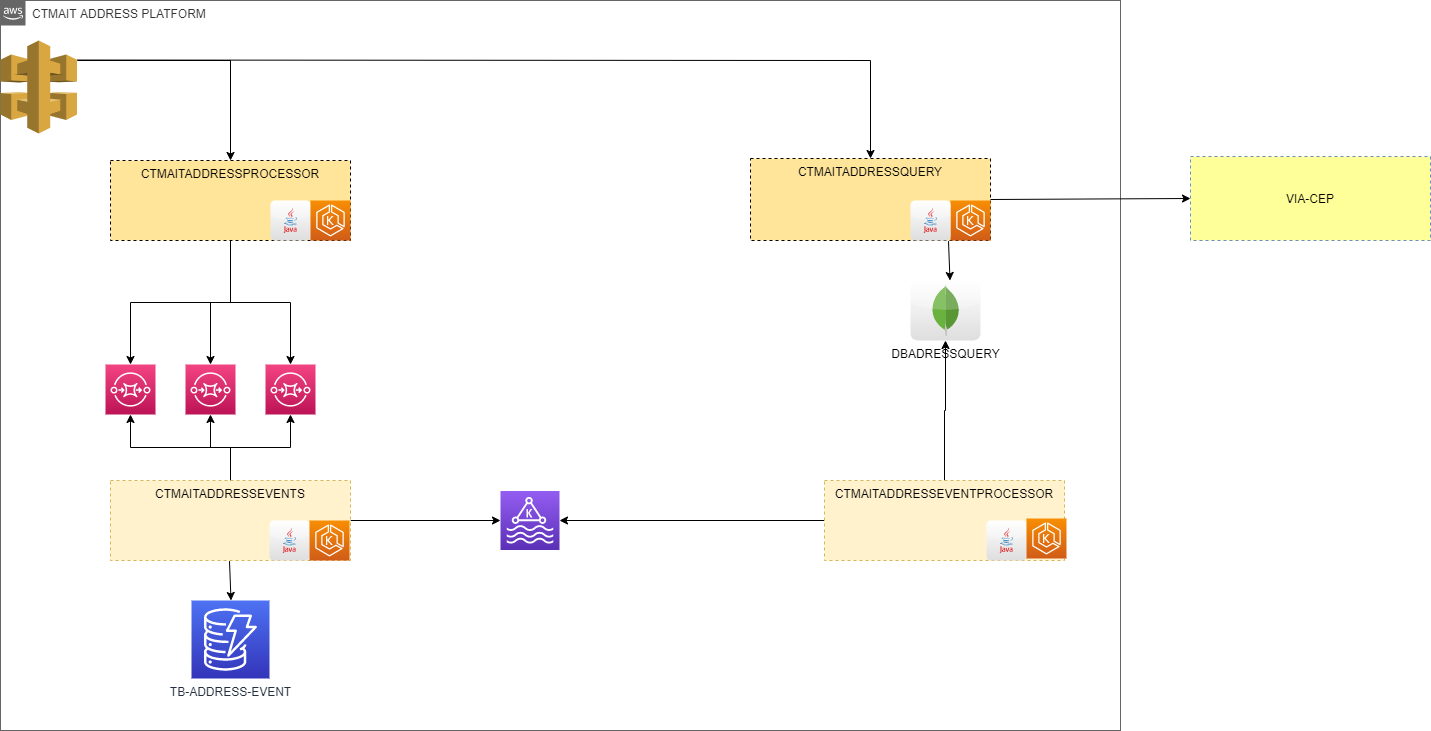
Earlier version of the draw.io export ctmait-platform-address.png (CarlyOliveira/ctmaitaddressprocessor). Source tidied: cells renumbered, new cells last; positions are measured from the earlier drawing's top-left corner, leaving out a move shared by most shapes. Source of this version:
```xml
<mxGraphModel>
  <root>
    <mxCell id="0" />
    <mxCell id="1" parent="0" />
    <mxCell id="2" value="CTMAIT ADDRESS PLATFORM" style="html=1;whiteSpace=wrap;fontSize=12;fontStyle=0;shape=mxgraph.aws4.group;grIcon=mxgraph.aws4.group_aws_cloud_alt;verticalAlign=top;align=left;spacingLeft=30;dashed=0;labelBackgroundColor=#ffffff;strokeColor=#666666;fontColor=#333333;fillColor=none;" parent="1" vertex="1">
      <mxGeometry width="1120" height="730" as="geometry" />
    </mxCell>
    <mxCell id="3" style="edgeStyle=orthogonalEdgeStyle;rounded=0;jettySize=auto;html=1;exitX=0.5;exitY=1;exitDx=0;exitDy=0;" parent="1" edge="1" source="6" target="36">
      <mxGeometry relative="1" as="geometry" />
    </mxCell>
    <mxCell id="4" style="edgeStyle=orthogonalEdgeStyle;rounded=0;jettySize=auto;html=1;exitX=0.5;exitY=1;exitDx=0;exitDy=0;" parent="1" edge="1" source="6" target="37">
      <mxGeometry relative="1" as="geometry" />
    </mxCell>
    <mxCell id="5" style="edgeStyle=orthogonalEdgeStyle;rounded=0;jettySize=auto;html=1;exitX=0.5;exitY=1;exitDx=0;exitDy=0;" parent="1" edge="1" source="6" target="35">
      <mxGeometry relative="1" as="geometry" />
    </mxCell>
    <mxCell id="6" value="CTMAITADDRESSPROCESSOR" style="rounded=0;whiteSpace=wrap;html=1;labelBackgroundColor=none;dashed=1;fillColor=#FFE599;verticalAlign=top;" parent="1" vertex="1">
      <mxGeometry x="110" y="160" width="240" height="80" as="geometry" />
    </mxCell>
    <mxCell id="7" style="outlineConnect=0;dashed=0;verticalLabelPosition=bottom;verticalAlign=top;align=center;html=1;shape=mxgraph.aws3.api_gateway;fillColor=#D9A741;gradientColor=none;" parent="1" vertex="1">
      <mxGeometry y="40" width="76.5" height="93" as="geometry" />
    </mxCell>
    <mxCell id="8" style="dashed=0;html=1;align=center;labelPosition=center;verticalLabelPosition=bottom;verticalAlign=top;shape=mxgraph.webicons.java;gradientColor=#DFDEDE;" parent="1" vertex="1">
      <mxGeometry x="270" y="200" width="40" height="40" as="geometry" />
    </mxCell>
    <mxCell id="9" value="CTMAITADDRESSQUERY" style="rounded=0;whiteSpace=wrap;html=1;labelBackgroundColor=none;dashed=1;fillColor=#FFE599;verticalAlign=top;" parent="1" vertex="1">
      <mxGeometry x="750" y="158" width="240" height="82" as="geometry" />
    </mxCell>
    <mxCell id="10" style="edgeStyle=orthogonalEdgeStyle;rounded=0;orthogonalLoop=1;jettySize=auto;html=1;exitX=0.5;exitY=1;exitDx=0;exitDy=0;" parent="1" edge="1" source="6" target="6">
      <mxGeometry relative="1" as="geometry" />
    </mxCell>
    <mxCell id="11" style="endArrow=classic;html=1;exitX=1;exitY=0.21;exitDx=0;exitDy=0;exitPerimeter=0;rounded=0;" parent="1" edge="1" source="7">
      <mxGeometry relative="1" as="geometry">
        <mxPoint x="870" y="158" as="targetPoint" />
        <Array as="points">
          <mxPoint x="870" y="60" />
        </Array>
      </mxGeometry>
    </mxCell>
    <mxCell id="12" style="fontColor=#232F3E;gradientColor=#F78E04;gradientDirection=north;fillColor=#D05C17;strokeColor=#ffffff;dashed=0;verticalLabelPosition=bottom;verticalAlign=top;align=center;html=1;fontSize=12;fontStyle=0;shape=mxgraph.aws4.resourceIcon;resIcon=mxgraph.aws4.eks;" parent="1" vertex="1">
      <mxGeometry x="310" y="200" width="40" height="40" as="geometry" />
    </mxCell>
    <mxCell id="13" style="fontColor=#232F3E;gradientColor=#F78E04;gradientDirection=north;fillColor=#D05C17;strokeColor=#ffffff;dashed=0;verticalLabelPosition=bottom;verticalAlign=top;align=center;html=1;fontSize=12;fontStyle=0;shape=mxgraph.aws4.resourceIcon;resIcon=mxgraph.aws4.eks;" parent="1" vertex="1">
      <mxGeometry x="950" y="200" width="40" height="40" as="geometry" />
    </mxCell>
    <mxCell id="14" style="dashed=0;html=1;align=center;labelPosition=center;verticalLabelPosition=bottom;verticalAlign=top;shape=mxgraph.webicons.java;gradientColor=#DFDEDE;" parent="1" vertex="1">
      <mxGeometry x="910" y="200" width="40" height="40" as="geometry" />
    </mxCell>
    <mxCell id="15" style="endArrow=classic;html=1;entryX=0.5;entryY=0;entryDx=0;entryDy=0;rounded=0;" parent="1" edge="1" target="6">
      <mxGeometry relative="1" as="geometry">
        <mxPoint x="77" y="60" as="sourcePoint" />
        <Array as="points">
          <mxPoint x="230" y="60" />
        </Array>
      </mxGeometry>
    </mxCell>
    <mxCell id="16" value="VIA-CEP" style="rounded=0;whiteSpace=wrap;html=1;labelBackgroundColor=none;dashed=1;strokeColor=#6c8ebf;fillColor=#FFFF99;" parent="1" vertex="1">
      <mxGeometry x="1190" y="156" width="240" height="84" as="geometry" />
    </mxCell>
    <mxCell id="17" style="endArrow=classic;html=1;exitX=0.825;exitY=1.008;exitDx=0;exitDy=0;exitPerimeter=0;" parent="1" edge="1" source="9">
      <mxGeometry relative="1" as="geometry">
        <mxPoint x="949.5" y="280" as="targetPoint" />
      </mxGeometry>
    </mxCell>
    <mxCell id="18" style="outlineConnect=0;fontColor=#232F3E;gradientColor=#945DF2;gradientDirection=north;fillColor=#5A30B5;strokeColor=#ffffff;dashed=0;verticalLabelPosition=bottom;verticalAlign=top;align=center;html=1;fontSize=12;fontStyle=0;shape=mxgraph.aws4.resourceIcon;resIcon=mxgraph.aws4.managed_streaming_for_kafka;" parent="1" vertex="1">
      <mxGeometry x="500" y="490.5" width="59" height="59" as="geometry" />
    </mxCell>
    <mxCell id="19" style="edgeStyle=orthogonalEdgeStyle;rounded=0;jettySize=auto;html=1;" parent="1" edge="1" source="23" target="35">
      <mxGeometry relative="1" as="geometry" />
    </mxCell>
    <mxCell id="20" style="edgeStyle=orthogonalEdgeStyle;rounded=0;jettySize=auto;html=1;exitX=0.5;exitY=0;exitDx=0;exitDy=0;" parent="1" edge="1" source="23" target="36">
      <mxGeometry relative="1" as="geometry" />
    </mxCell>
    <mxCell id="21" style="edgeStyle=orthogonalEdgeStyle;rounded=0;jettySize=auto;html=1;exitX=0.5;exitY=0;exitDx=0;exitDy=0;" parent="1" edge="1" source="23" target="37">
      <mxGeometry relative="1" as="geometry" />
    </mxCell>
    <mxCell id="22" style="edgeStyle=orthogonalEdgeStyle;rounded=0;jettySize=auto;html=1;exitX=1;exitY=0.5;exitDx=0;exitDy=0;" parent="1" edge="1" source="23" target="18">
      <mxGeometry relative="1" as="geometry" />
    </mxCell>
    <mxCell id="23" value="CTMAITADDRESSEVENTS" style="rounded=0;whiteSpace=wrap;html=1;labelBackgroundColor=none;dashed=1;fillColor=#fff2cc;verticalAlign=top;strokeColor=#d6b656;" parent="1" vertex="1">
      <mxGeometry x="110" y="480" width="240" height="80" as="geometry" />
    </mxCell>
    <mxCell id="24" value="TB-ADDRESS-EVENT" style="fontColor=#232F3E;gradientColor=#4D72F3;gradientDirection=north;fillColor=#3334B9;strokeColor=#ffffff;dashed=0;verticalLabelPosition=bottom;verticalAlign=top;align=center;html=1;fontSize=12;fontStyle=0;shape=mxgraph.aws4.resourceIcon;resIcon=mxgraph.aws4.dynamodb;labelBackgroundColor=#ffffff;" parent="1" vertex="1">
      <mxGeometry x="191" y="600" width="78" height="78" as="geometry" />
    </mxCell>
    <mxCell id="25" style="endArrow=classic;html=1;exitX=0.825;exitY=1.008;exitDx=0;exitDy=0;exitPerimeter=0;" parent="1" edge="1">
      <mxGeometry relative="1" as="geometry">
        <mxPoint x="229" y="560.7" as="sourcePoint" />
        <mxPoint x="230.5" y="600" as="targetPoint" />
      </mxGeometry>
    </mxCell>
    <mxCell id="26" style="edgeStyle=orthogonalEdgeStyle;rounded=0;jettySize=auto;html=1;" parent="1" edge="1" source="28" target="18">
      <mxGeometry relative="1" as="geometry" />
    </mxCell>
    <mxCell id="27" style="edgeStyle=orthogonalEdgeStyle;rounded=0;jettySize=auto;html=1;" parent="1" edge="1" source="28" target="34">
      <mxGeometry relative="1" as="geometry" />
    </mxCell>
    <mxCell id="28" value="CTMAITADDRESSEVENTPROCESSOR" style="rounded=0;whiteSpace=wrap;html=1;labelBackgroundColor=none;dashed=1;fillColor=#fff2cc;verticalAlign=top;strokeColor=#d6b656;" parent="1" vertex="1">
      <mxGeometry x="824" y="480" width="240" height="80" as="geometry" />
    </mxCell>
    <mxCell id="29" style="dashed=0;html=1;align=center;labelPosition=center;verticalLabelPosition=bottom;verticalAlign=top;shape=mxgraph.webicons.java;gradientColor=#DFDEDE;" parent="1" vertex="1">
      <mxGeometry x="269" y="520" width="40" height="40" as="geometry" />
    </mxCell>
    <mxCell id="30" style="endArrow=classic;html=1;exitX=1;exitY=0.5;exitDx=0;exitDy=0;entryX=0;entryY=0.5;entryDx=0;entryDy=0;" parent="1" edge="1" source="9" target="16">
      <mxGeometry relative="1" as="geometry" />
    </mxCell>
    <mxCell id="31" style="dashed=0;html=1;align=center;labelPosition=center;verticalLabelPosition=bottom;verticalAlign=top;shape=mxgraph.webicons.java;gradientColor=#DFDEDE;" parent="1" vertex="1">
      <mxGeometry x="986" y="520" width="40" height="40" as="geometry" />
    </mxCell>
    <mxCell id="32" style="fontColor=#232F3E;gradientColor=#F78E04;gradientDirection=north;fillColor=#D05C17;strokeColor=#ffffff;dashed=0;verticalLabelPosition=bottom;verticalAlign=top;align=center;html=1;fontSize=12;fontStyle=0;shape=mxgraph.aws4.resourceIcon;resIcon=mxgraph.aws4.eks;" parent="1" vertex="1">
      <mxGeometry x="309" y="520" width="40" height="40" as="geometry" />
    </mxCell>
    <mxCell id="33" style="fontColor=#232F3E;gradientColor=#F78E04;gradientDirection=north;fillColor=#D05C17;strokeColor=#ffffff;dashed=0;verticalLabelPosition=bottom;verticalAlign=top;align=center;html=1;fontSize=12;fontStyle=0;shape=mxgraph.aws4.resourceIcon;resIcon=mxgraph.aws4.eks;" parent="1" vertex="1">
      <mxGeometry x="1026" y="518" width="40" height="40" as="geometry" />
    </mxCell>
    <mxCell id="34" value="DBADRESSQUERY" style="dashed=0;outlineConnect=0;html=1;align=center;labelPosition=center;verticalLabelPosition=bottom;verticalAlign=top;shape=mxgraph.webicons.mongodb;gradientColor=#DFDEDE;" parent="1" vertex="1">
      <mxGeometry x="910" y="280" width="70" height="60" as="geometry" />
    </mxCell>
    <mxCell id="35" style="outlineConnect=0;fontColor=#232F3E;gradientColor=#F34482;gradientDirection=north;fillColor=#BC1356;strokeColor=#ffffff;dashed=0;verticalLabelPosition=bottom;verticalAlign=top;align=center;html=1;fontSize=12;fontStyle=0;shape=mxgraph.aws4.resourceIcon;resIcon=mxgraph.aws4.sqs;" parent="1" vertex="1">
      <mxGeometry x="105" y="364" width="50" height="50" as="geometry" />
    </mxCell>
    <mxCell id="36" style="outlineConnect=0;fontColor=#232F3E;gradientColor=#F34482;gradientDirection=north;fillColor=#BC1356;strokeColor=#ffffff;dashed=0;verticalLabelPosition=bottom;verticalAlign=top;align=center;html=1;fontSize=12;fontStyle=0;shape=mxgraph.aws4.resourceIcon;resIcon=mxgraph.aws4.sqs;" parent="1" vertex="1">
      <mxGeometry x="185" y="364" width="50" height="50" as="geometry" />
    </mxCell>
    <mxCell id="37" style="outlineConnect=0;fontColor=#232F3E;gradientColor=#F34482;gradientDirection=north;fillColor=#BC1356;strokeColor=#ffffff;dashed=0;verticalLabelPosition=bottom;verticalAlign=top;align=center;html=1;fontSize=12;fontStyle=0;shape=mxgraph.aws4.resourceIcon;resIcon=mxgraph.aws4.sqs;" parent="1" vertex="1">
      <mxGeometry x="265" y="364" width="50" height="50" as="geometry" />
    </mxCell>
  </root>
</mxGraphModel>
```
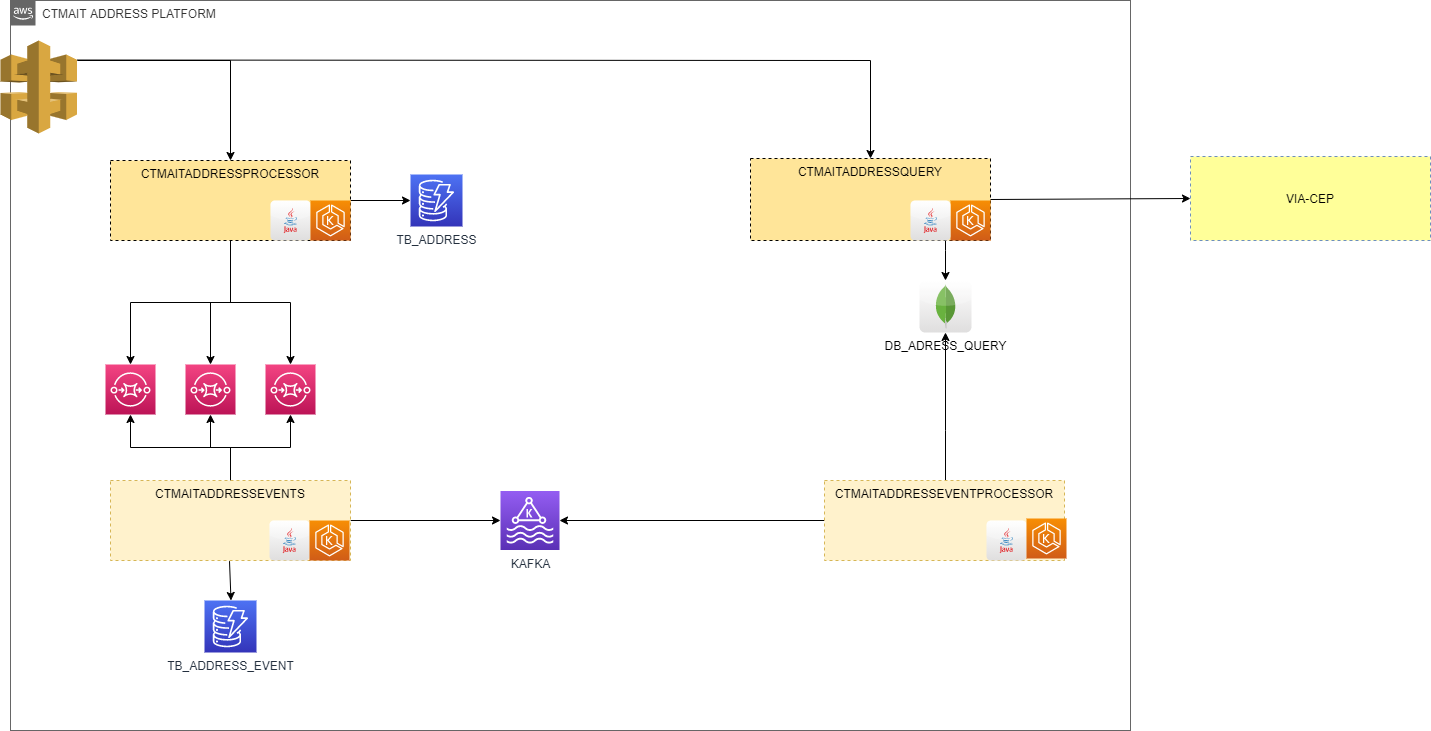
After the commit.

The edit, as a diff of the source:
```diff
@@ -3,7 +3,7 @@
     <mxCell id="0" />
     <mxCell id="1" parent="0" />
     <mxCell id="2" value="CTMAIT ADDRESS PLATFORM" style="html=1;whiteSpace=wrap;fontSize=12;fontStyle=0;shape=mxgraph.aws4.group;grIcon=mxgraph.aws4.group_aws_cloud_alt;verticalAlign=top;align=left;spacingLeft=30;dashed=0;labelBackgroundColor=#ffffff;strokeColor=#666666;fontColor=#333333;fillColor=none;" parent="1" vertex="1">
-      <mxGeometry width="1120" height="730" as="geometry" />
+      <mxGeometry x="10" width="1120" height="730" as="geometry" />
     </mxCell>
     <mxCell id="3" style="edgeStyle=orthogonalEdgeStyle;rounded=0;jettySize=auto;html=1;exitX=0.5;exitY=1;exitDx=0;exitDy=0;" parent="1" edge="1" source="6" target="36">
       <mxGeometry relative="1" as="geometry" />
@@ -14,6 +14,9 @@
     <mxCell id="5" style="edgeStyle=orthogonalEdgeStyle;rounded=0;jettySize=auto;html=1;exitX=0.5;exitY=1;exitDx=0;exitDy=0;" parent="1" edge="1" source="6" target="35">
       <mxGeometry relative="1" as="geometry" />
     </mxCell>
+    <mxCell id="38" style="edgeStyle=orthogonalEdgeStyle;rounded=0;jettySize=auto;html=1;" parent="1" edge="1" source="6" target="40">
+      <mxGeometry relative="1" as="geometry" />
+    </mxCell>
     <mxCell id="6" value="CTMAITADDRESSPROCESSOR" style="rounded=0;whiteSpace=wrap;html=1;labelBackgroundColor=none;dashed=1;fillColor=#FFE599;verticalAlign=top;" parent="1" vertex="1">
       <mxGeometry x="110" y="160" width="240" height="80" as="geometry" />
     </mxCell>
@@ -23,6 +26,14 @@
     <mxCell id="8" style="dashed=0;html=1;align=center;labelPosition=center;verticalLabelPosition=bottom;verticalAlign=top;shape=mxgraph.webicons.java;gradientColor=#DFDEDE;" parent="1" vertex="1">
       <mxGeometry x="270" y="200" width="40" height="40" as="geometry" />
     </mxCell>
+    <mxCell id="39" style="edgeStyle=orthogonalEdgeStyle;rounded=0;jettySize=auto;html=1;" parent="1" edge="1" source="9" target="34">
+      <mxGeometry relative="1" as="geometry">
+        <Array as="points">
+          <mxPoint x="945" y="250" />
+          <mxPoint x="945" y="250" />
+        </Array>
+      </mxGeometry>
+    </mxCell>
     <mxCell id="9" value="CTMAITADDRESSQUERY" style="rounded=0;whiteSpace=wrap;html=1;labelBackgroundColor=none;dashed=1;fillColor=#FFE599;verticalAlign=top;" parent="1" vertex="1">
       <mxGeometry x="750" y="158" width="240" height="82" as="geometry" />
     </mxCell>
@@ -57,12 +68,7 @@
     <mxCell id="16" value="VIA-CEP" style="rounded=0;whiteSpace=wrap;html=1;labelBackgroundColor=none;dashed=1;strokeColor=#6c8ebf;fillColor=#FFFF99;" parent="1" vertex="1">
       <mxGeometry x="1190" y="156" width="240" height="84" as="geometry" />
     </mxCell>
-    <mxCell id="17" style="endArrow=classic;html=1;exitX=0.825;exitY=1.008;exitDx=0;exitDy=0;exitPerimeter=0;" parent="1" edge="1" source="9">
-      <mxGeometry relative="1" as="geometry">
-        <mxPoint x="949.5" y="280" as="targetPoint" />
-      </mxGeometry>
-    </mxCell>
-    <mxCell id="18" style="outlineConnect=0;fontColor=#232F3E;gradientColor=#945DF2;gradientDirection=north;fillColor=#5A30B5;strokeColor=#ffffff;dashed=0;verticalLabelPosition=bottom;verticalAlign=top;align=center;html=1;fontSize=12;fontStyle=0;shape=mxgraph.aws4.resourceIcon;resIcon=mxgraph.aws4.managed_streaming_for_kafka;" parent="1" vertex="1">
+    <mxCell id="18" value="KAFKA" style="outlineConnect=0;fontColor=#232F3E;gradientColor=#945DF2;gradientDirection=north;fillColor=#5A30B5;strokeColor=#ffffff;dashed=0;verticalLabelPosition=bottom;verticalAlign=top;align=center;html=1;fontSize=12;fontStyle=0;shape=mxgraph.aws4.resourceIcon;resIcon=mxgraph.aws4.managed_streaming_for_kafka;" parent="1" vertex="1">
       <mxGeometry x="500" y="490.5" width="59" height="59" as="geometry" />
     </mxCell>
     <mxCell id="19" style="edgeStyle=orthogonalEdgeStyle;rounded=0;jettySize=auto;html=1;" parent="1" edge="1" source="23" target="35">
@@ -80,8 +86,8 @@
     <mxCell id="23" value="CTMAITADDRESSEVENTS" style="rounded=0;whiteSpace=wrap;html=1;labelBackgroundColor=none;dashed=1;fillColor=#fff2cc;verticalAlign=top;strokeColor=#d6b656;" parent="1" vertex="1">
       <mxGeometry x="110" y="480" width="240" height="80" as="geometry" />
     </mxCell>
-    <mxCell id="24" value="TB-ADDRESS-EVENT" style="fontColor=#232F3E;gradientColor=#4D72F3;gradientDirection=north;fillColor=#3334B9;strokeColor=#ffffff;dashed=0;verticalLabelPosition=bottom;verticalAlign=top;align=center;html=1;fontSize=12;fontStyle=0;shape=mxgraph.aws4.resourceIcon;resIcon=mxgraph.aws4.dynamodb;labelBackgroundColor=#ffffff;" parent="1" vertex="1">
-      <mxGeometry x="191" y="600" width="78" height="78" as="geometry" />
+    <mxCell id="24" value="TB_ADDRESS_EVENT" style="fontColor=#232F3E;gradientColor=#4D72F3;gradientDirection=north;fillColor=#3334B9;strokeColor=#ffffff;dashed=0;verticalLabelPosition=bottom;verticalAlign=top;align=center;html=1;fontSize=12;fontStyle=0;shape=mxgraph.aws4.resourceIcon;resIcon=mxgraph.aws4.dynamodb;labelBackgroundColor=#ffffff;" parent="1" vertex="1">
+      <mxGeometry x="204" y="600" width="52" height="52" as="geometry" />
     </mxCell>
     <mxCell id="25" style="endArrow=classic;html=1;exitX=0.825;exitY=1.008;exitDx=0;exitDy=0;exitPerimeter=0;" parent="1" edge="1">
       <mxGeometry relative="1" as="geometry">
@@ -93,7 +99,12 @@
       <mxGeometry relative="1" as="geometry" />
     </mxCell>
     <mxCell id="27" style="edgeStyle=orthogonalEdgeStyle;rounded=0;jettySize=auto;html=1;" parent="1" edge="1" source="28" target="34">
-      <mxGeometry relative="1" as="geometry" />
+      <mxGeometry relative="1" as="geometry">
+        <Array as="points">
+          <mxPoint x="945" y="430" />
+          <mxPoint x="945" y="430" />
+        </Array>
+      </mxGeometry>
     </mxCell>
     <mxCell id="28" value="CTMAITADDRESSEVENTPROCESSOR" style="rounded=0;whiteSpace=wrap;html=1;labelBackgroundColor=none;dashed=1;fillColor=#fff2cc;verticalAlign=top;strokeColor=#d6b656;" parent="1" vertex="1">
       <mxGeometry x="824" y="480" width="240" height="80" as="geometry" />
@@ -113,8 +124,8 @@
     <mxCell id="33" style="fontColor=#232F3E;gradientColor=#F78E04;gradientDirection=north;fillColor=#D05C17;strokeColor=#ffffff;dashed=0;verticalLabelPosition=bottom;verticalAlign=top;align=center;html=1;fontSize=12;fontStyle=0;shape=mxgraph.aws4.resourceIcon;resIcon=mxgraph.aws4.eks;" parent="1" vertex="1">
       <mxGeometry x="1026" y="518" width="40" height="40" as="geometry" />
     </mxCell>
-    <mxCell id="34" value="DBADRESSQUERY" style="dashed=0;outlineConnect=0;html=1;align=center;labelPosition=center;verticalLabelPosition=bottom;verticalAlign=top;shape=mxgraph.webicons.mongodb;gradientColor=#DFDEDE;" parent="1" vertex="1">
-      <mxGeometry x="910" y="280" width="70" height="60" as="geometry" />
+    <mxCell id="34" value="DB_ADRESS_QUERY" style="dashed=0;outlineConnect=0;html=1;align=center;labelPosition=center;verticalLabelPosition=bottom;verticalAlign=top;shape=mxgraph.webicons.mongodb;gradientColor=#DFDEDE;" parent="1" vertex="1">
+      <mxGeometry x="919" y="280" width="52" height="52" as="geometry" />
     </mxCell>
     <mxCell id="35" style="outlineConnect=0;fontColor=#232F3E;gradientColor=#F34482;gradientDirection=north;fillColor=#BC1356;strokeColor=#ffffff;dashed=0;verticalLabelPosition=bottom;verticalAlign=top;align=center;html=1;fontSize=12;fontStyle=0;shape=mxgraph.aws4.resourceIcon;resIcon=mxgraph.aws4.sqs;" parent="1" vertex="1">
       <mxGeometry x="105" y="364" width="50" height="50" as="geometry" />
@@ -125,5 +136,8 @@
     <mxCell id="37" style="outlineConnect=0;fontColor=#232F3E;gradientColor=#F34482;gradientDirection=north;fillColor=#BC1356;strokeColor=#ffffff;dashed=0;verticalLabelPosition=bottom;verticalAlign=top;align=center;html=1;fontSize=12;fontStyle=0;shape=mxgraph.aws4.resourceIcon;resIcon=mxgraph.aws4.sqs;" parent="1" vertex="1">
       <mxGeometry x="265" y="364" width="50" height="50" as="geometry" />
     </mxCell>
+    <mxCell id="40" value="TB_ADDRESS" style="outlineConnect=0;fontColor=#232F3E;gradientColor=#4D72F3;gradientDirection=north;fillColor=#3334B9;strokeColor=#ffffff;dashed=0;verticalLabelPosition=bottom;verticalAlign=top;align=center;html=1;fontSize=12;fontStyle=0;shape=mxgraph.aws4.resourceIcon;resIcon=mxgraph.aws4.dynamodb;labelBackgroundColor=#ffffff;" parent="1" vertex="1">
+      <mxGeometry x="410" y="174" width="52" height="52" as="geometry" />
+    </mxCell>
   </root>
 </mxGraphModel>
```
